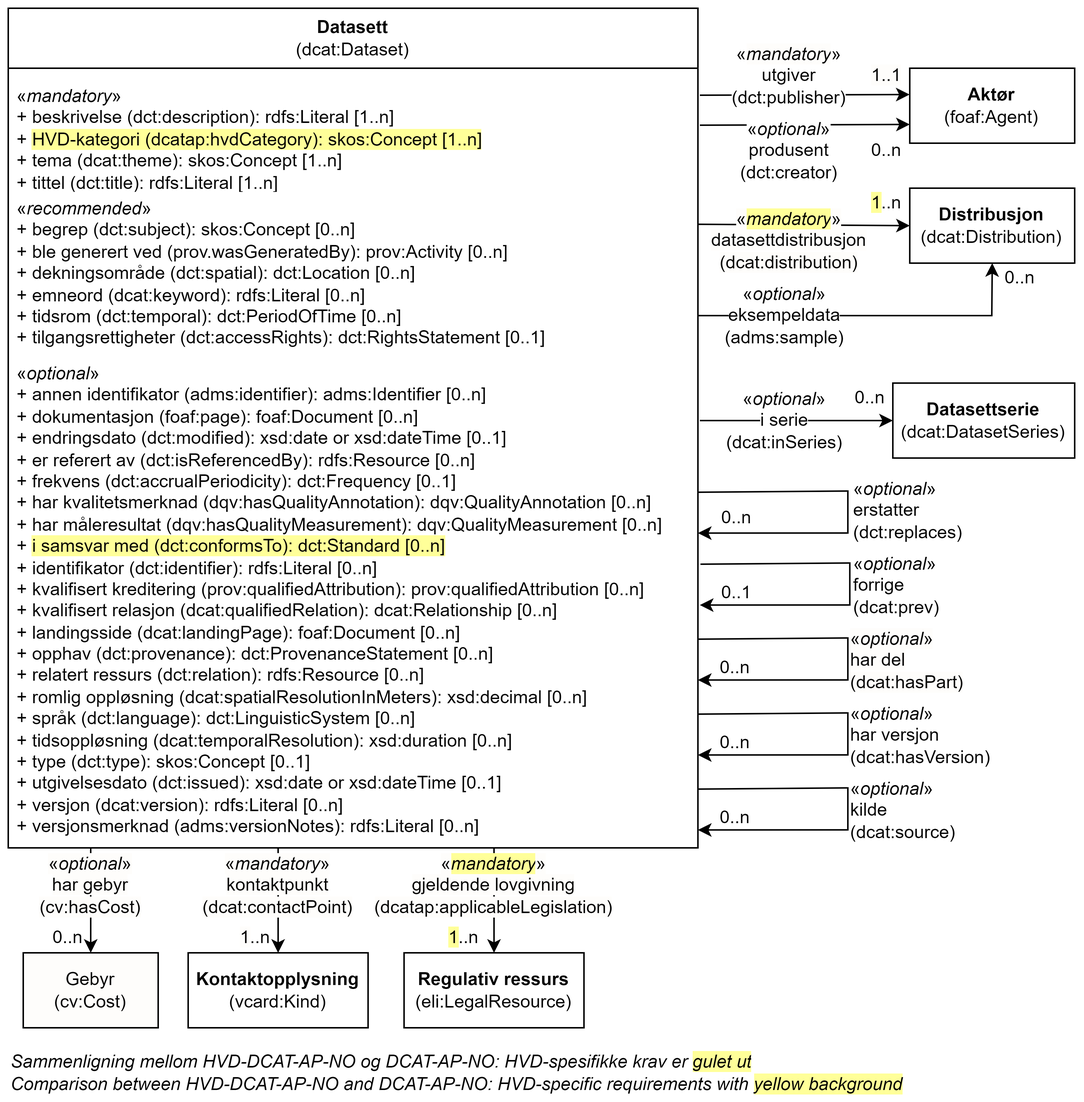
Earlier version of the draw.io export docs/images/Klassen-Datasett.png (Informasjonsforvaltning/hvd-dcat-ap-no). Source tidied: cells renumbered, new cells last; positions are measured from the earlier drawing's top-left corner, leaving out a move shared by most shapes.
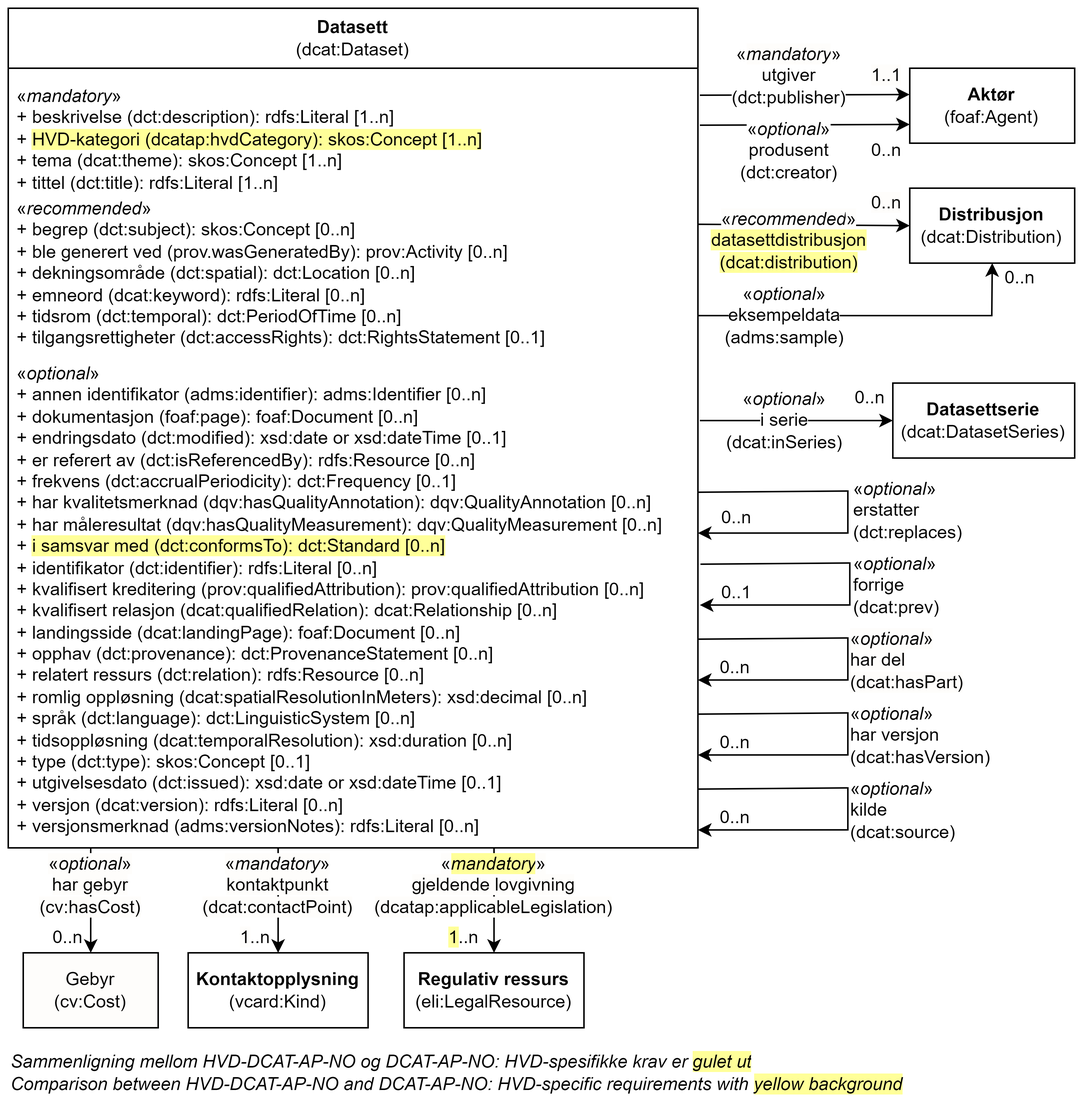
After the commit.

Commit message:
Oppdaterer Datasett

Change to the diagram source:
```diff
@@ -65,10 +65,10 @@
         <mxPoint x="460" y="144.1" as="sourcePoint" />
       </mxGeometry>
     </mxCell>
-    <mxCell id="21" value="&lt;span style=&quot;background-color: rgb(254, 253, 251);&quot;&gt;«&lt;/span&gt;&lt;i style=&quot;border-color: var(--border-color); text-align: left; background-color: rgb(255, 255, 153);&quot;&gt;mandatory&lt;/i&gt;&lt;span style=&quot;background-color: rgb(254, 253, 251); text-align: left;&quot;&gt;»&lt;br&gt;&lt;/span&gt;&lt;span style=&quot;background-color: rgb(254, 253, 251);&quot;&gt;datasettdistribusjon&lt;/span&gt;&lt;br&gt;&lt;span style=&quot;background-color: rgb(254, 253, 251);&quot;&gt;(dcat:distribution)&lt;/span&gt;" style="text;html=1;strokeColor=none;fillColor=none;align=center;verticalAlign=middle;whiteSpace=wrap;rounded=0;" parent="1" vertex="1">
+    <mxCell id="21" value="&lt;span style=&quot;background-color: rgb(254, 253, 251);&quot;&gt;«&lt;/span&gt;&lt;i style=&quot;background-color: rgb(254, 253, 251);&quot;&gt;recommended&lt;/i&gt;&lt;span style=&quot;background-color: rgb(254, 253, 251); text-align: left;&quot;&gt;»&lt;br&gt;&lt;/span&gt;&lt;span style=&quot;background-color: rgb(255, 255, 153);&quot;&gt;datasettdistribusjon&lt;br&gt;(dcat:distribution)&lt;/span&gt;" style="text;html=1;strokeColor=none;fillColor=none;align=center;verticalAlign=middle;whiteSpace=wrap;rounded=0;" parent="1" vertex="1">
       <mxGeometry x="491.3" y="140" width="60" height="30" as="geometry" />
     </mxCell>
-    <mxCell id="22" value="&lt;span style=&quot;background-color: rgb(255, 255, 153);&quot;&gt;1&lt;/span&gt;..n" style="text;html=1;strokeColor=none;fillColor=none;align=center;verticalAlign=middle;whiteSpace=wrap;rounded=0;" parent="1" vertex="1">
+    <mxCell id="22" value="&lt;span style=&quot;background-color: rgb(254, 253, 251);&quot;&gt;0..n&lt;/span&gt;" style="text;html=1;strokeColor=none;fillColor=none;align=center;verticalAlign=middle;whiteSpace=wrap;rounded=0;" parent="1" vertex="1">
       <mxGeometry x="571.3" y="120" width="30" height="20" as="geometry" />
     </mxCell>
     <mxCell id="23" style="endArrow=classic;html=1;rounded=0;entryX=0;entryY=0.5;entryDx=0;entryDy=0;" parent="1" edge="1" target="12">
```
